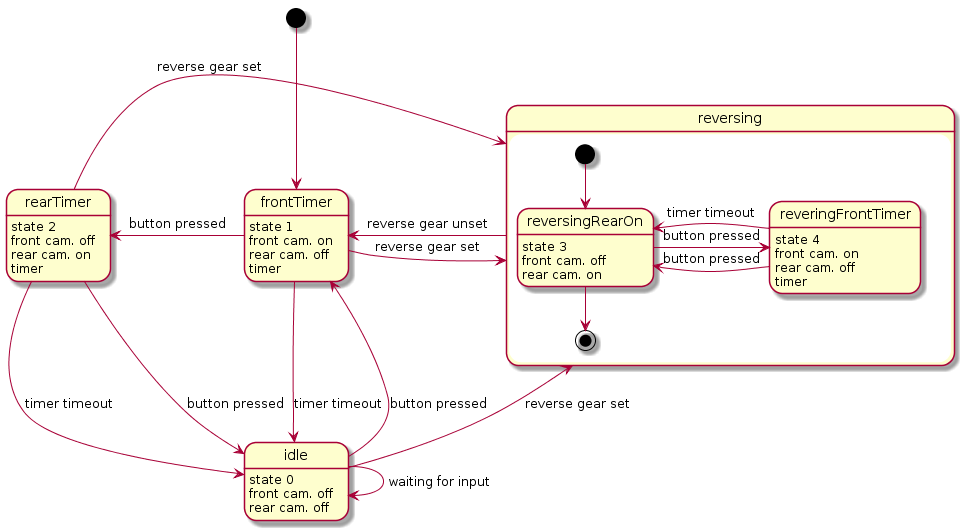
markoweb/car-cam keeps this PlantUML diagram as images/state.png. Above is the earlier version.
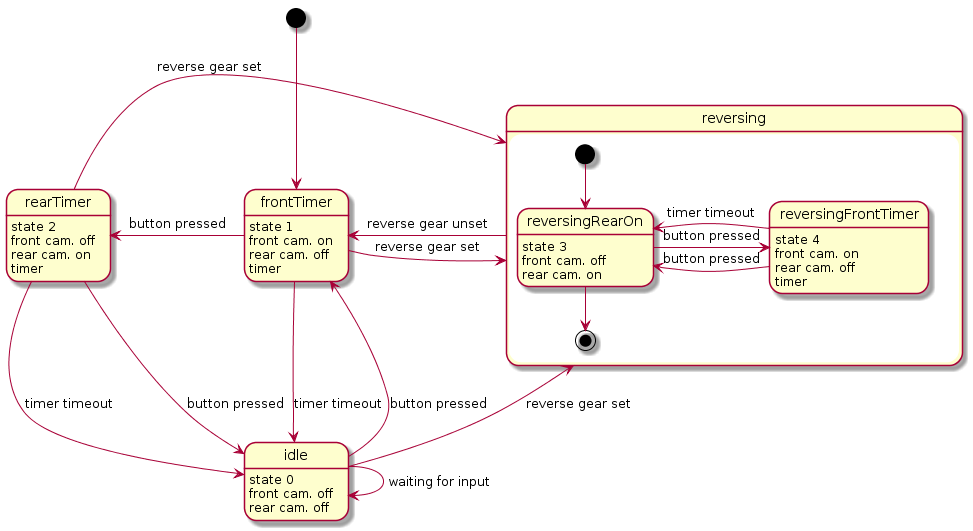
Above is the later version.

Commit message:
state diag. typo fix

The edit, as a diff of the source:
```diff
@@ -22,16 +22,16 @@
     reversingRearOn : front cam. off
     reversingRearOn : rear cam. on
 
-    state reveringFrontTimer
-    reveringFrontTimer : state 4
-    reveringFrontTimer : front cam. on
-    reveringFrontTimer : rear cam. off
-    reveringFrontTimer : timer
+    state reversingFrontTimer
+    reversingFrontTimer : state 4
+    reversingFrontTimer : front cam. on
+    reversingFrontTimer : rear cam. off
+    reversingFrontTimer : timer
 
     [*] --> reversingRearOn
-    reversingRearOn -> reveringFrontTimer : button pressed
-    reveringFrontTimer -> reversingRearOn : timer timeout
-    reveringFrontTimer -> reversingRearOn : button pressed
+    reversingRearOn -> reversingFrontTimer : button pressed
+    reversingFrontTimer -> reversingRearOn : timer timeout
+    reversingFrontTimer -> reversingRearOn : button pressed
     reversingRearOn --> [*]
 }
 
```
